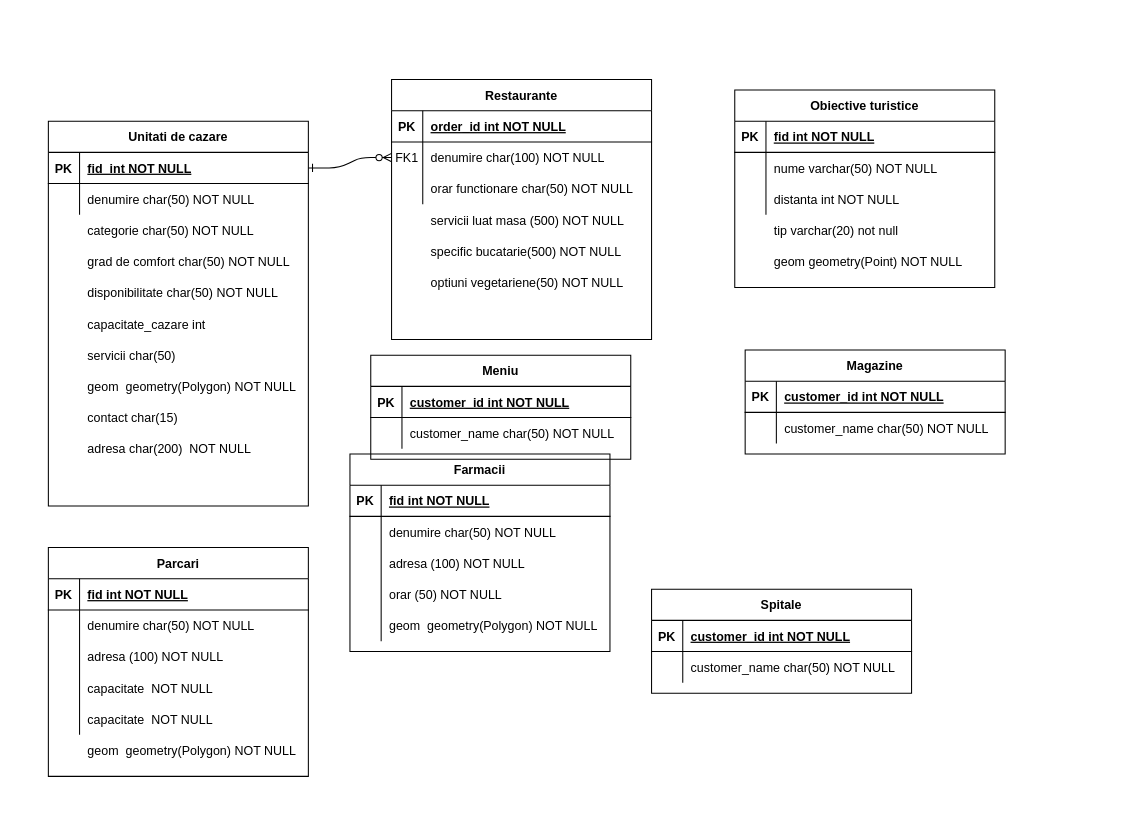
Above: statiune_turistica.drawio in RalucaDB/statiune_turistica (draw.io), before the change. Source tidied: cells renumbered, new cells numbered last; positions are measured from the earlier drawing's top-left corner, leaving out a move shared by most shapes. Both pictures are drawn from the tidied source at 104%, with x=0, y=0 at pixel (48, 79).
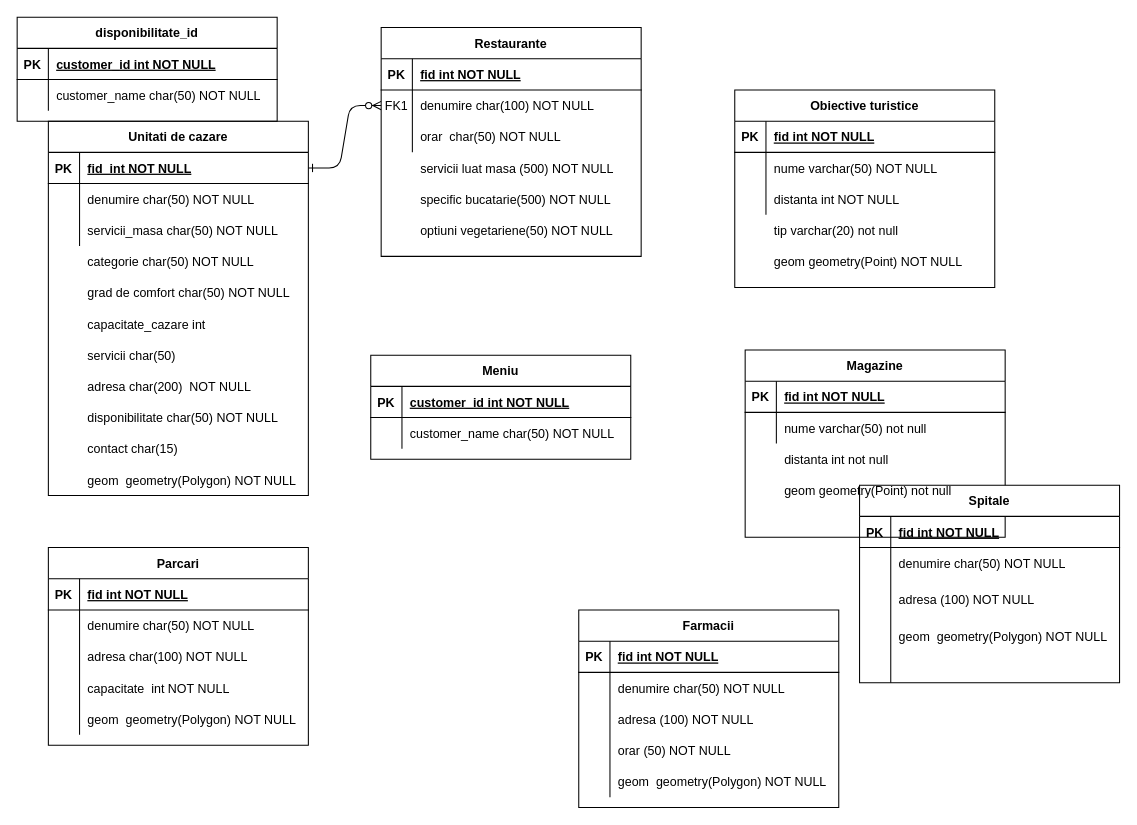
The same page after the edit.

The change refers to these unchanged cells:
```xml
<mxCell id="4" style="shape=partialRectangle;fillColor=none;top=0;left=0;right=0;bottom=1;" parent="3" vertex="1">
  <mxGeometry y="30" width="250" height="30" as="geometry" />
</mxCell>
<mxCell id="10" style="shape=partialRectangle;fillColor=none;top=0;left=0;right=0;bottom=0;" parent="3" vertex="1">
  <mxGeometry y="90" width="250" height="30" as="geometry" />
</mxCell>
<mxCell id="47" style="shape=partialRectangle;fillColor=none;top=0;left=0;right=0;bottom=1;" parent="46" vertex="1">
  <mxGeometry y="30" width="250" height="30" as="geometry" />
</mxCell>
<mxCell id="50" style="shape=partialRectangle;fillColor=none;top=0;left=0;right=0;bottom=0;" parent="46" vertex="1">
  <mxGeometry y="60" width="250" height="30" as="geometry" />
</mxCell>
<mxCell id="60" style="shape=partialRectangle;fillColor=none;top=0;left=0;right=0;bottom=0;" parent="53" vertex="1">
  <mxGeometry y="90" width="250" height="30" as="geometry" />
</mxCell>
<mxCell id="63" style="shape=partialRectangle;fillColor=none;top=0;left=0;right=0;bottom=0;" parent="53" vertex="1">
  <mxGeometry y="120" width="250" height="30" as="geometry" />
</mxCell>
<mxCell id="66" style="shape=partialRectangle;fillColor=none;top=0;left=0;right=0;bottom=0;" parent="53" vertex="1">
  <mxGeometry y="150" width="250" height="30" as="geometry" />
</mxCell>
```

The edit, as a diff of the source:
```diff
@@
     <mxCell id="3" value="Restaurante" style="shape=table;startSize=30;childLayout=tableLayout;rowLines=0;fontStyle=1;align=center;" parent="1" vertex="1">
-      <mxGeometry x="330" width="250" height="250" as="geometry" />
+      <mxGeometry x="320" y="-50" width="250" height="220" as="geometry" />
     </mxCell>
@@
-    <mxCell id="6" value="order_id int NOT NULL " style="shape=partialRectangle;overflow=hidden;fillColor=none;top=0;left=0;bottom=0;right=0;align=left;spacingLeft=6;fontStyle=5;" parent="4" vertex="1">
+    <mxCell id="6" value="fid int NOT NULL " style="shape=partialRectangle;overflow=hidden;fillColor=none;top=0;left=0;bottom=0;right=0;align=left;spacingLeft=6;fontStyle=5;" parent="4" vertex="1">
       <mxGeometry x="30" width="220" height="30" as="geometry" />
     </mxCell>
@@
-    <mxCell id="12" value="orar functionare char(50) NOT NULL" style="shape=partialRectangle;overflow=hidden;fillColor=none;top=0;left=0;bottom=0;right=0;align=left;spacingLeft=6;" parent="10" vertex="1">
+    <mxCell id="12" value="orar  char(50) NOT NULL" style="shape=partialRectangle;overflow=hidden;fillColor=none;top=0;left=0;bottom=0;right=0;align=left;spacingLeft=6;" parent="10" vertex="1">
       <mxGeometry x="30" width="220" height="30" as="geometry" />
     </mxCell>
@@
     <mxCell id="23" value="Unitati de cazare" style="shape=table;startSize=30;childLayout=tableLayout;rowLines=0;fontStyle=1;align=center;" parent="1" vertex="1">
-      <mxGeometry y="40" width="250" height="370" as="geometry" />
+      <mxGeometry y="40" width="250" height="360" as="geometry" />
     </mxCell>
@@
+    <mxCell id="104" style="shape=partialRectangle;fillColor=none;top=0;left=0;right=0;bottom=0;" parent="23" vertex="1">
+      <mxGeometry y="90" width="250" height="30" as="geometry" />
+    </mxCell>
+    <mxCell id="105" style="shape=partialRectangle;overflow=hidden;fillColor=none;top=0;left=0;bottom=0;right=0;" parent="104" vertex="1">
+      <mxGeometry width="30" height="30" as="geometry" />
+    </mxCell>
+    <mxCell id="106" value="servicii_masa char(50) NOT NULL" style="shape=partialRectangle;overflow=hidden;fillColor=none;top=0;left=0;bottom=0;right=0;align=left;spacingLeft=6;" parent="104" vertex="1">
+      <mxGeometry x="30" width="220" height="30" as="geometry" />
+    </mxCell>
     <mxCell id="30" value="Farmacii" style="shape=table;startSize=30;childLayout=tableLayout;rowLines=0;fontStyle=1;align=center;" parent="1" vertex="1">
-      <mxGeometry x="290" y="360" width="250" height="190" as="geometry" />
+      <mxGeometry x="510" y="510" width="250" height="190" as="geometry" />
     </mxCell>
@@
     <mxCell id="46" value="Magazine" style="shape=table;startSize=30;childLayout=tableLayout;rowLines=0;fontStyle=1;align=center;" parent="1" vertex="1">
-      <mxGeometry x="670" y="260" width="250" height="100" as="geometry" />
+      <mxGeometry x="670" y="260" width="250" height="180" as="geometry" />
     </mxCell>
@@
-    <mxCell id="49" value="customer_id int NOT NULL " style="shape=partialRectangle;overflow=hidden;fillColor=none;top=0;left=0;bottom=0;right=0;align=left;spacingLeft=6;fontStyle=5;" parent="47" vertex="1">
+    <mxCell id="49" value="fid int NOT NULL " style="shape=partialRectangle;overflow=hidden;fillColor=none;top=0;left=0;bottom=0;right=0;align=left;spacingLeft=6;fontStyle=5;" parent="47" vertex="1">
       <mxGeometry x="30" width="220" height="30" as="geometry" />
     </mxCell>
@@
-    <mxCell id="52" value="customer_name char(50) NOT NULL" style="shape=partialRectangle;overflow=hidden;fillColor=none;top=0;left=0;bottom=0;right=0;align=left;spacingLeft=6;" parent="50" vertex="1">
+    <mxCell id="52" value="nume varchar(50) not null" style="shape=partialRectangle;overflow=hidden;fillColor=none;top=0;left=0;bottom=0;right=0;align=left;spacingLeft=6;" parent="50" vertex="1">
       <mxGeometry x="30" width="220" height="30" as="geometry" />
     </mxCell>
     <mxCell id="53" value="Parcari" style="shape=table;startSize=30;childLayout=tableLayout;rowLines=0;fontStyle=1;align=center;" parent="1" vertex="1">
-      <mxGeometry y="450" width="250" height="220" as="geometry" />
+      <mxGeometry y="450" width="250" height="190" as="geometry" />
     </mxCell>
@@
-    <mxCell id="62" value="adresa (100) NOT NULL" style="shape=partialRectangle;overflow=hidden;fillColor=none;top=0;left=0;bottom=0;right=0;align=left;spacingLeft=6;" parent="60" vertex="1">
+    <mxCell id="62" value="adresa char(100) NOT NULL" style="shape=partialRectangle;overflow=hidden;fillColor=none;top=0;left=0;bottom=0;right=0;align=left;spacingLeft=6;" parent="60" vertex="1">
       <mxGeometry x="30" width="220" height="30" as="geometry" />
     </mxCell>
@@
-    <mxCell id="65" value="capacitate  NOT NULL" style="shape=partialRectangle;overflow=hidden;fillColor=none;top=0;left=0;bottom=0;right=0;align=left;spacingLeft=6;" parent="63" vertex="1">
+    <mxCell id="65" value="capacitate  int NOT NULL" style="shape=partialRectangle;overflow=hidden;fillColor=none;top=0;left=0;bottom=0;right=0;align=left;spacingLeft=6;" parent="63" vertex="1">
       <mxGeometry x="30" width="220" height="30" as="geometry" />
     </mxCell>
@@
-    <mxCell id="68" value="capacitate  NOT NULL" style="shape=partialRectangle;overflow=hidden;fillColor=none;top=0;left=0;bottom=0;right=0;align=left;spacingLeft=6;" parent="66" vertex="1">
+    <mxCell id="68" style="shape=partialRectangle;overflow=hidden;fillColor=none;top=0;left=0;bottom=0;right=0;align=left;spacingLeft=6;" parent="66" vertex="1">
       <mxGeometry x="30" width="220" height="30" as="geometry" />
     </mxCell>
-    <mxCell id="69" value="Spitale" style="shape=table;startSize=30;childLayout=tableLayout;rowLines=0;fontStyle=1;align=center;" parent="1" vertex="1">
-      <mxGeometry x="580" y="490" width="250" height="100" as="geometry" />
-    </mxCell>
-    <mxCell id="70" style="shape=partialRectangle;fillColor=none;top=0;left=0;right=0;bottom=1;" parent="69" vertex="1">
-      <mxGeometry y="30" width="250" height="30" as="geometry" />
-    </mxCell>
-    <mxCell id="71" value="PK" style="shape=partialRectangle;overflow=hidden;fillColor=none;top=0;left=0;bottom=0;right=0;fontStyle=1;" parent="70" vertex="1">
-      <mxGeometry width="30" height="30" as="geometry" />
-    </mxCell>
-    <mxCell id="72" value="customer_id int NOT NULL " style="shape=partialRectangle;overflow=hidden;fillColor=none;top=0;left=0;bottom=0;right=0;align=left;spacingLeft=6;fontStyle=5;" parent="70" vertex="1">
-      <mxGeometry x="30" width="220" height="30" as="geometry" />
-    </mxCell>
-    <mxCell id="73" style="shape=partialRectangle;fillColor=none;top=0;left=0;right=0;bottom=0;" parent="69" vertex="1">
-      <mxGeometry y="60" width="250" height="30" as="geometry" />
-    </mxCell>
-    <mxCell id="74" style="shape=partialRectangle;overflow=hidden;fillColor=none;top=0;left=0;bottom=0;right=0;" parent="73" vertex="1">
-      <mxGeometry width="30" height="30" as="geometry" />
-    </mxCell>
-    <mxCell id="75" value="customer_name char(50) NOT NULL" style="shape=partialRectangle;overflow=hidden;fillColor=none;top=0;left=0;bottom=0;right=0;align=left;spacingLeft=6;" parent="73" vertex="1">
-      <mxGeometry x="30" width="220" height="30" as="geometry" />
-    </mxCell>
@@
     <mxCell id="84" value="categorie char(50) NOT NULL" style="shape=partialRectangle;overflow=hidden;fillColor=none;top=0;left=0;bottom=0;right=0;align=left;spacingLeft=6;" parent="1" vertex="1">
-      <mxGeometry x="30" y="130" width="220" height="30" as="geometry" />
+      <mxGeometry x="30" y="160" width="220" height="30" as="geometry" />
     </mxCell>
@@
     <mxCell id="86" value="grad de comfort char(50) NOT NULL" style="shape=partialRectangle;overflow=hidden;fillColor=none;top=0;left=0;bottom=0;right=0;align=left;spacingLeft=6;" parent="1" vertex="1">
-      <mxGeometry x="30" y="160" width="220" height="30" as="geometry" />
+      <mxGeometry x="30" y="190" width="220" height="30" as="geometry" />
     </mxCell>
@@
     <mxCell id="88" value="disponibilitate char(50) NOT NULL" style="shape=partialRectangle;overflow=hidden;fillColor=none;top=0;left=0;bottom=0;right=0;align=left;spacingLeft=6;" parent="1" vertex="1">
-      <mxGeometry x="30" y="190" width="220" height="30" as="geometry" />
+      <mxGeometry x="30" y="310" width="220" height="30" as="geometry" />
     </mxCell>
@@
     <mxCell id="93" value="geom  geometry(Polygon) NOT NULL" style="shape=partialRectangle;overflow=hidden;fillColor=none;top=0;left=0;bottom=0;right=0;align=left;spacingLeft=6;" parent="1" vertex="1">
-      <mxGeometry x="30" y="280" width="220" height="30" as="geometry" />
+      <mxGeometry x="30" y="370" width="220" height="30" as="geometry" />
     </mxCell>
     <mxCell id="94" value="servicii luat masa (500) NOT NULL" style="shape=partialRectangle;overflow=hidden;fillColor=none;top=0;left=0;bottom=0;right=0;align=left;spacingLeft=6;" parent="1" vertex="1">
-      <mxGeometry x="360" y="120" width="220" height="30" as="geometry" />
+      <mxGeometry x="350" y="70" width="220" height="30" as="geometry" />
     </mxCell>
@@
     <mxCell id="96" value="specific bucatarie(500) NOT NULL" style="shape=partialRectangle;overflow=hidden;fillColor=none;top=0;left=0;bottom=0;right=0;align=left;spacingLeft=6;" parent="1" vertex="1">
-      <mxGeometry x="360" y="150" width="220" height="30" as="geometry" />
+      <mxGeometry x="350" y="100" width="220" height="30" as="geometry" />
     </mxCell>
     <mxCell id="97" value="contact char(15) " style="shape=partialRectangle;overflow=hidden;fillColor=none;top=0;left=0;bottom=0;right=0;align=left;spacingLeft=6;" parent="1" vertex="1">
-      <mxGeometry x="30" y="310" width="220" height="30" as="geometry" />
+      <mxGeometry x="30" y="340" width="220" height="30" as="geometry" />
     </mxCell>
     <mxCell id="98" value="optiuni vegetariene(50) NOT NULL" style="shape=partialRectangle;overflow=hidden;fillColor=none;top=0;left=0;bottom=0;right=0;align=left;spacingLeft=6;" parent="1" vertex="1">
-      <mxGeometry x="360" y="180" width="220" height="30" as="geometry" />
+      <mxGeometry x="350" y="130" width="220" height="30" as="geometry" />
     </mxCell>
@@
     <mxCell id="100" value="adresa char(200)  NOT NULL" style="shape=partialRectangle;overflow=hidden;fillColor=none;top=0;left=0;bottom=0;right=0;align=left;spacingLeft=6;" parent="1" vertex="1">
-      <mxGeometry x="30" y="340" width="220" height="30" as="geometry" />
+      <mxGeometry x="30" y="280" width="220" height="30" as="geometry" />
     </mxCell>
     <mxCell id="101" value="geom  geometry(Polygon) NOT NULL" style="shape=partialRectangle;overflow=hidden;fillColor=none;top=0;left=0;bottom=0;right=0;align=left;spacingLeft=6;" parent="1" vertex="1">
-      <mxGeometry x="30" y="630" width="220" height="30" as="geometry" />
+      <mxGeometry x="30" y="600" width="220" height="30" as="geometry" />
     </mxCell>
@@
+    <mxCell id="107" style="shape=partialRectangle;overflow=hidden;fillColor=none;top=0;left=0;bottom=0;right=0;" parent="1" vertex="1">
+      <mxGeometry x="670" y="350" width="30" height="30" as="geometry" />
+    </mxCell>
+    <mxCell id="69" value="Spitale" style="shape=table;startSize=30;childLayout=tableLayout;rowLines=0;fontStyle=1;align=center;" parent="1" vertex="1">
+      <mxGeometry x="780" y="390" width="250" height="190" as="geometry" />
+    </mxCell>
+    <mxCell id="108" style="shape=partialRectangle;fillColor=none;top=0;left=0;right=0;bottom=1;" parent="69" vertex="1">
+      <mxGeometry y="30" width="250" height="30" as="geometry" />
+    </mxCell>
+    <mxCell id="109" value="PK" style="shape=partialRectangle;overflow=hidden;fillColor=none;top=0;left=0;bottom=0;right=0;fontStyle=1;" parent="108" vertex="1">
+      <mxGeometry width="30" height="30" as="geometry" />
+    </mxCell>
+    <mxCell id="110" value="fid int NOT NULL " style="shape=partialRectangle;overflow=hidden;fillColor=none;top=0;left=0;bottom=0;right=0;align=left;spacingLeft=6;fontStyle=5;" parent="108" vertex="1">
+      <mxGeometry x="30" width="220" height="30" as="geometry" />
+    </mxCell>
+    <mxCell id="111" style="shape=partialRectangle;fillColor=none;top=0;left=0;right=0;bottom=0;" parent="69" vertex="1">
+      <mxGeometry y="60" width="250" height="30" as="geometry" />
+    </mxCell>
+    <mxCell id="112" style="shape=partialRectangle;overflow=hidden;fillColor=none;top=0;left=0;bottom=0;right=0;" parent="111" vertex="1">
+      <mxGeometry width="30" height="30" as="geometry" />
+    </mxCell>
+    <mxCell id="113" value="denumire char(50) NOT NULL" style="shape=partialRectangle;overflow=hidden;fillColor=none;top=0;left=0;bottom=0;right=0;align=left;spacingLeft=6;" parent="111" vertex="1">
+      <mxGeometry x="30" width="220" height="30" as="geometry" />
+    </mxCell>
+    <mxCell id="114" style="shape=partialRectangle;fillColor=none;top=0;left=0;right=0;bottom=0;" parent="69" vertex="1">
+      <mxGeometry y="90" width="250" height="40" as="geometry" />
+    </mxCell>
+    <mxCell id="115" style="shape=partialRectangle;overflow=hidden;fillColor=none;top=0;left=0;bottom=0;right=0;" parent="114" vertex="1">
+      <mxGeometry width="30" height="40" as="geometry" />
+    </mxCell>
+    <mxCell id="116" value="adresa (100) NOT NULL" style="shape=partialRectangle;overflow=hidden;fillColor=none;top=0;left=0;bottom=0;right=0;align=left;spacingLeft=6;" parent="114" vertex="1">
+      <mxGeometry x="30" width="220" height="40" as="geometry" />
+    </mxCell>
+    <mxCell id="117" style="shape=partialRectangle;fillColor=none;top=0;left=0;right=0;bottom=0;" parent="69" vertex="1">
+      <mxGeometry y="130" width="250" height="30" as="geometry" />
+    </mxCell>
+    <mxCell id="118" style="shape=partialRectangle;overflow=hidden;fillColor=none;top=0;left=0;bottom=0;right=0;" parent="117" vertex="1">
+      <mxGeometry width="30" height="30" as="geometry" />
+    </mxCell>
+    <mxCell id="119" value="geom  geometry(Polygon) NOT NULL " style="shape=partialRectangle;overflow=hidden;fillColor=none;top=0;left=0;bottom=0;right=0;align=left;spacingLeft=6;" parent="117" vertex="1">
+      <mxGeometry x="30" width="220" height="30" as="geometry" />
+    </mxCell>
+    <mxCell id="120" style="shape=partialRectangle;fillColor=none;top=0;left=0;right=0;bottom=0;" parent="69" vertex="1">
+      <mxGeometry y="160" width="250" height="30" as="geometry" />
+    </mxCell>
+    <mxCell id="121" style="shape=partialRectangle;overflow=hidden;fillColor=none;top=0;left=0;bottom=0;right=0;" parent="120" vertex="1">
+      <mxGeometry width="30" height="30" as="geometry" />
+    </mxCell>
+    <mxCell id="122" style="shape=partialRectangle;overflow=hidden;fillColor=none;top=0;left=0;bottom=0;right=0;align=left;spacingLeft=6;" parent="120" vertex="1">
+      <mxGeometry x="30" width="220" height="30" as="geometry" />
+    </mxCell>
+    <mxCell id="123" value="disponibilitate_id" style="shape=table;startSize=30;childLayout=tableLayout;rowLines=0;fontStyle=1;align=center;" parent="1" vertex="1">
+      <mxGeometry x="-30" y="-60" width="250" height="100" as="geometry" />
+    </mxCell>
+    <mxCell id="124" style="shape=partialRectangle;fillColor=none;top=0;left=0;right=0;bottom=1;" parent="123" vertex="1">
+      <mxGeometry y="30" width="250" height="30" as="geometry" />
+    </mxCell>
+    <mxCell id="125" value="PK" style="shape=partialRectangle;overflow=hidden;fillColor=none;top=0;left=0;bottom=0;right=0;fontStyle=1;" parent="124" vertex="1">
+      <mxGeometry width="30" height="30" as="geometry" />
+    </mxCell>
+    <mxCell id="72" value="customer_id int NOT NULL " style="shape=partialRectangle;overflow=hidden;fillColor=none;top=0;left=0;bottom=0;right=0;align=left;spacingLeft=6;fontStyle=5;" parent="124" vertex="1">
+      <mxGeometry x="30" width="220" height="30" as="geometry" />
+    </mxCell>
+    <mxCell id="126" style="shape=partialRectangle;fillColor=none;top=0;left=0;right=0;bottom=0;" parent="123" vertex="1">
+      <mxGeometry y="60" width="250" height="30" as="geometry" />
+    </mxCell>
+    <mxCell id="127" style="shape=partialRectangle;overflow=hidden;fillColor=none;top=0;left=0;bottom=0;right=0;" parent="126" vertex="1">
+      <mxGeometry width="30" height="30" as="geometry" />
+    </mxCell>
+    <mxCell id="75" value="customer_name char(50) NOT NULL" style="shape=partialRectangle;overflow=hidden;fillColor=none;top=0;left=0;bottom=0;right=0;align=left;spacingLeft=6;" parent="126" vertex="1">
+      <mxGeometry x="30" width="220" height="30" as="geometry" />
+    </mxCell>
+    <mxCell id="128" value="distanta int not null" style="shape=partialRectangle;overflow=hidden;fillColor=none;top=0;left=0;bottom=0;right=0;align=left;spacingLeft=6;" parent="1" vertex="1">
+      <mxGeometry x="700" y="350" width="220" height="30" as="geometry" />
+    </mxCell>
+    <mxCell id="129" style="shape=partialRectangle;overflow=hidden;fillColor=none;top=0;left=0;bottom=0;right=0;" parent="1" vertex="1">
+      <mxGeometry x="670" y="380" width="30" height="30" as="geometry" />
+    </mxCell>
+    <mxCell id="130" value="geom geometry(Point) not null" style="shape=partialRectangle;overflow=hidden;fillColor=none;top=0;left=0;bottom=0;right=0;align=left;spacingLeft=6;" parent="1" vertex="1">
+      <mxGeometry x="700" y="380" width="220" height="30" as="geometry" />
+    </mxCell>
```
